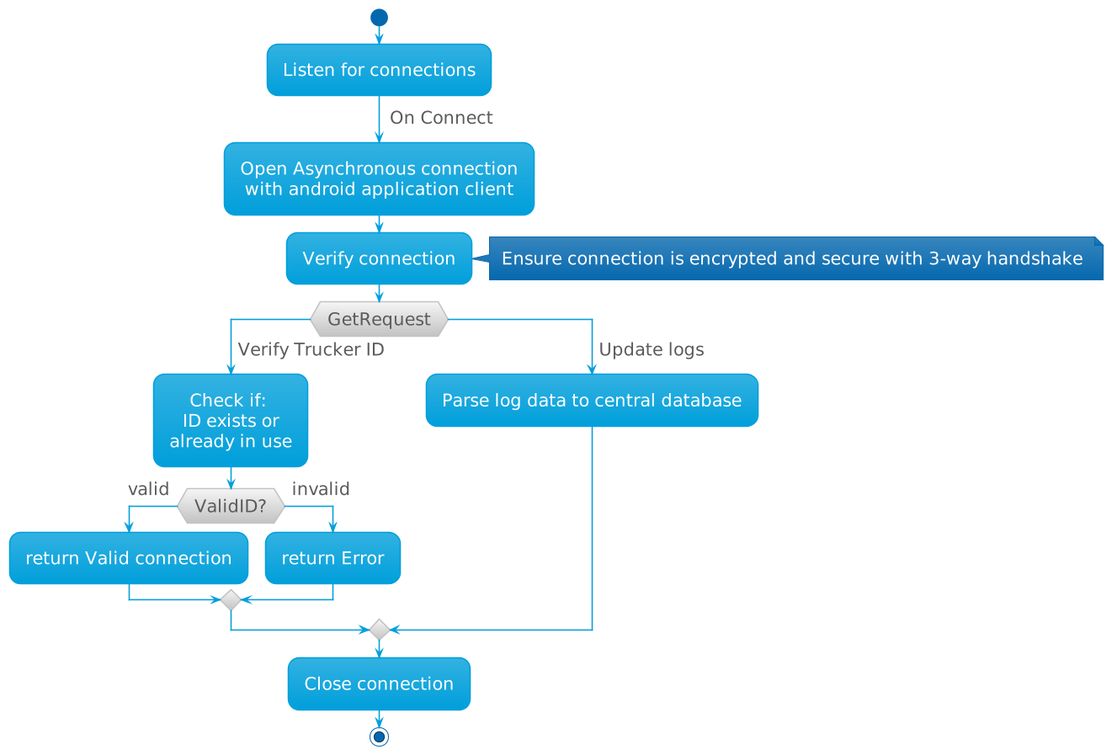
Earlier version of the PlantUML export docs/report/diag/IO_activity.png (tevoza/fleet-tracker).
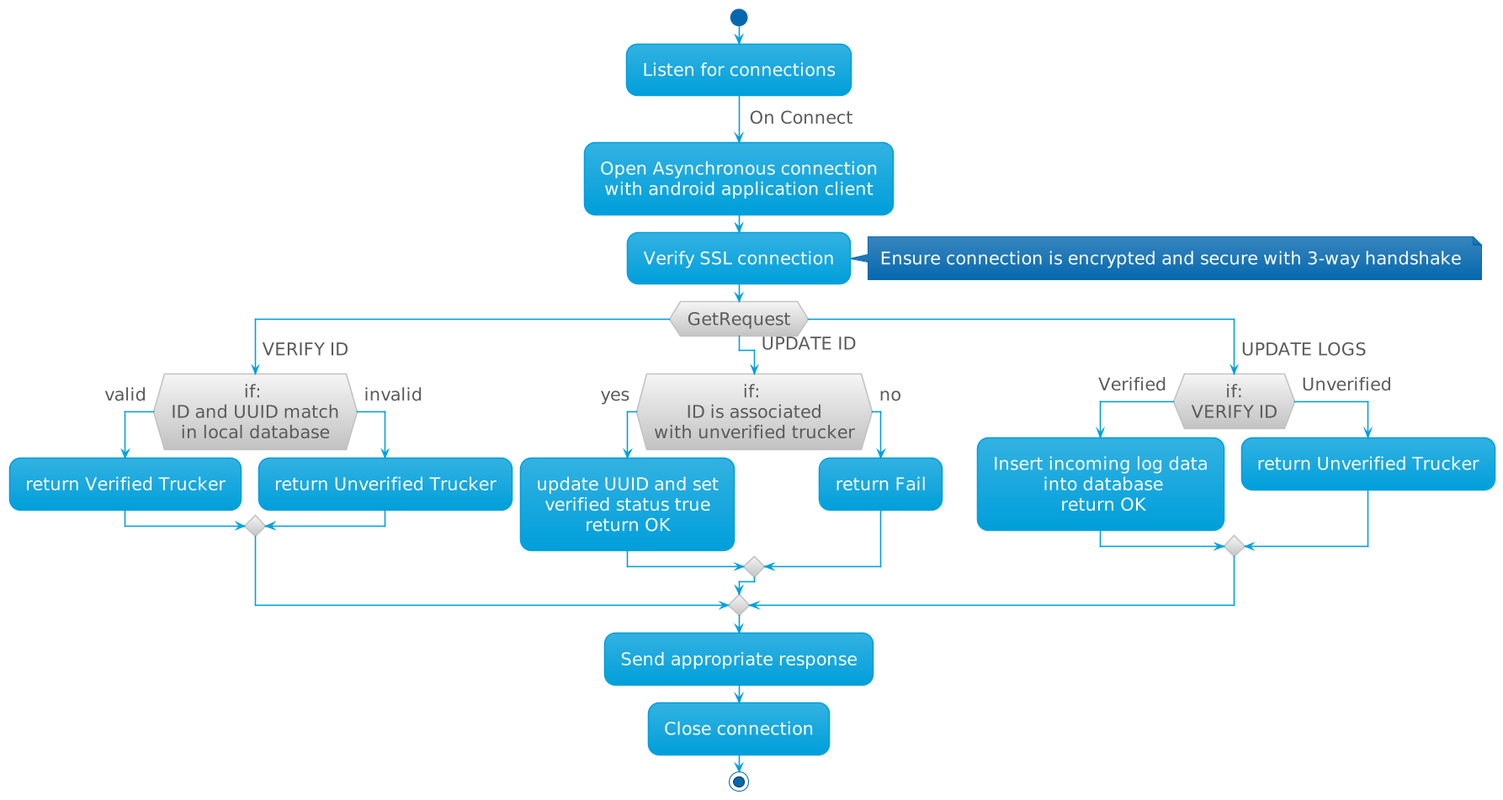
Later version of the same file.

Change to the diagram source:
```diff
@@ -9,23 +9,33 @@
 :Listen for connections;
 ->On Connect;
 :Open Asynchronous connection\nwith android application client;
-:Verify connection;
+:Verify SSL connection;
 
 note right
     Ensure connection is encrypted and secure with 3-way handshake
 end note
 switch (GetRequest)
-case (Verify Trucker ID)
-    :Check if: \nID exists or\nalready in use;
-    if (ValidID?) is (valid) then
-        :return Valid connection;
+case (VERIFY ID)
+    if (if: \nID and UUID match\nin local database) is (valid) then
+        :return Verified Trucker;
     else (invalid)
-        :return Error;
+        :return Unverified Trucker;
     endif
-case (Update logs)
-    :Parse log data to central database;
+case (UPDATE ID)
+    if (if: \nID is associated\nwith unverified trucker) is (yes) then
+        :update UUID and set\nverified status true\nreturn OK;
+    else (no)
+        :return Fail;
+    endif
+case (UPDATE LOGS)
+    if (if:\nVERIFY ID) is (Verified) then
+        :Insert incoming log data\n into database\n return OK;
+    else (Unverified)
+        :return Unverified Trucker;
+    endif
 endswitch
 
+:Send appropriate response;
 :Close connection;
 
 stop
```
